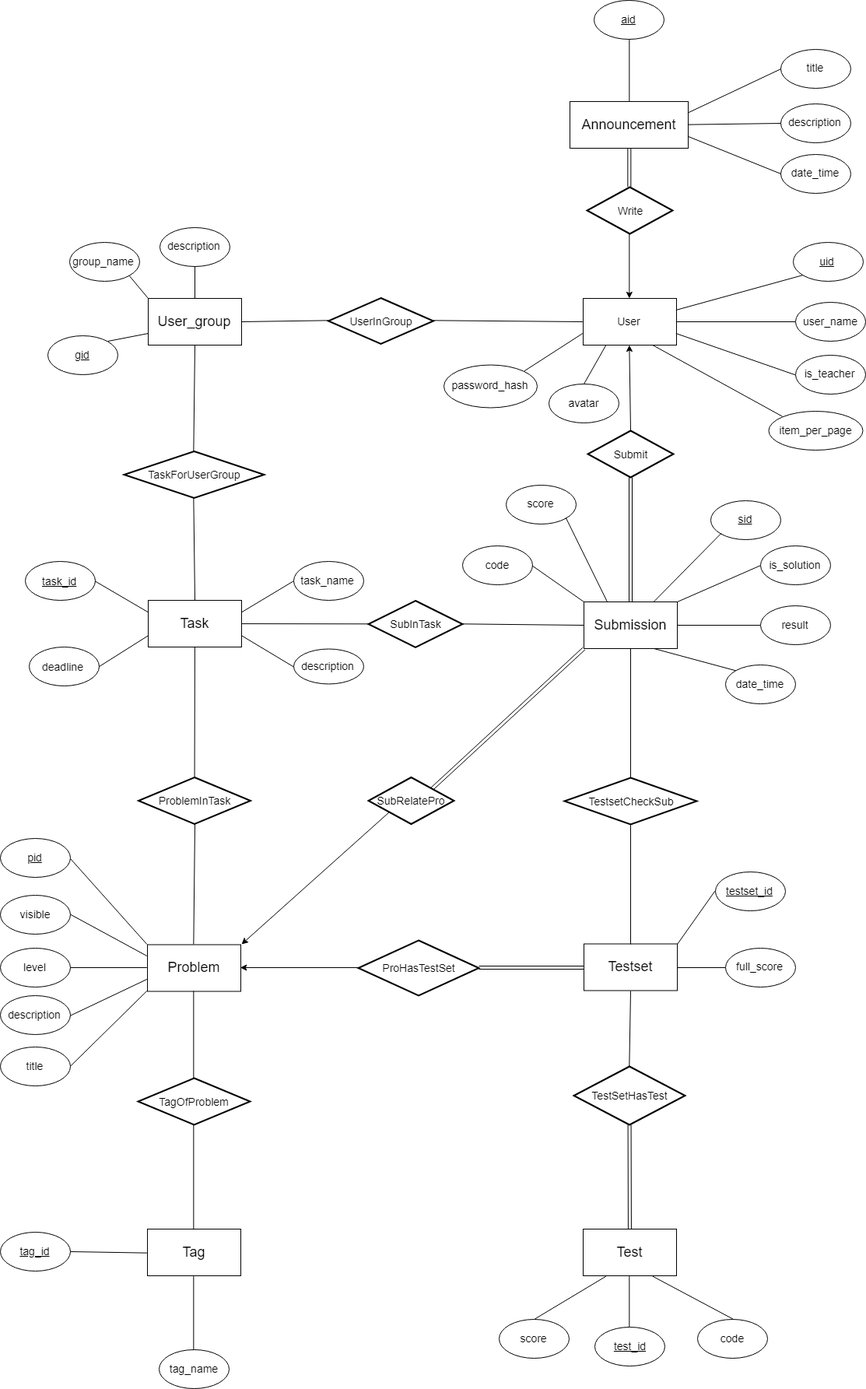
Earlier version of the draw.io export ER.png (CharmingCharm/SDWIIGP). Source tidied: cells renumbered, new cells last; positions are measured from the earlier drawing's top-left corner, leaving out a move shared by most shapes.
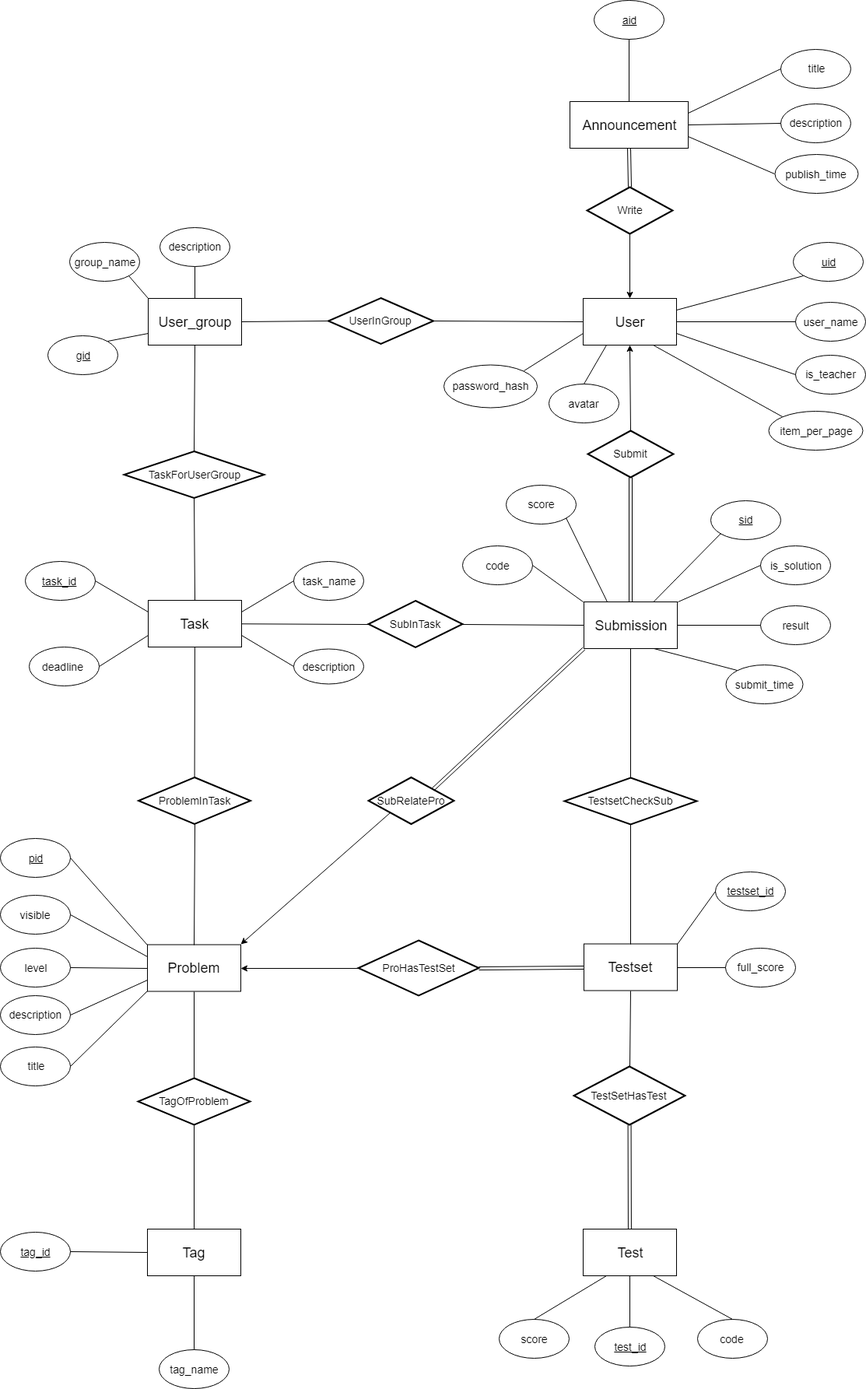
The same diagram one commit later.

What changed in the source:
```diff
@@ -23,7 +23,7 @@
     <mxCell id="8" value="Testset" style="rounded=0;whiteSpace=wrap;html=1;fontSize=18;" parent="1" vertex="1">
       <mxGeometry x="750" y="1212.5" width="120" height="60" as="geometry" />
     </mxCell>
-    <mxCell id="9" value="User" style="rounded=0;whiteSpace=wrap;html=1;fontSize=14;" parent="1" vertex="1">
+    <mxCell id="9" value="&lt;font style=&quot;font-size: 18px&quot;&gt;User&lt;/font&gt;" style="rounded=0;whiteSpace=wrap;html=1;fontSize=14;" parent="1" vertex="1">
       <mxGeometry x="749" y="383" width="120" height="60" as="geometry" />
     </mxCell>
     <mxCell id="10" value="&lt;font style=&quot;font-size: 18px&quot;&gt;Task&lt;/font&gt;" style="rounded=0;whiteSpace=wrap;html=1;fontSize=14;" parent="1" vertex="1">
@@ -206,8 +206,8 @@
     <mxCell id="69" value="description" style="ellipse;whiteSpace=wrap;html=1;fontSize=14;" parent="1" vertex="1">
       <mxGeometry x="1003" y="132.5" width="90" height="50" as="geometry" />
     </mxCell>
-    <mxCell id="70" value="date_time" style="ellipse;whiteSpace=wrap;html=1;fontSize=14;" parent="1" vertex="1">
-      <mxGeometry x="1003" y="197.5" width="90" height="50" as="geometry" />
+    <mxCell id="70" value="publish_time" style="ellipse;whiteSpace=wrap;html=1;fontSize=14;" parent="1" vertex="1">
+      <mxGeometry x="995" y="198" width="107" height="50" as="geometry" />
     </mxCell>
     <mxCell id="71" style="endArrow=none;html=1;exitX=1;exitY=0.25;exitDx=0;exitDy=0;entryX=0;entryY=0.5;entryDx=0;entryDy=0;fontSize=14;" parent="1" edge="1" source="2" target="68">
       <mxGeometry relative="1" as="geometry" />
@@ -254,8 +254,8 @@
     <mxCell id="85" value="&lt;span&gt;full_score&lt;/span&gt;" style="ellipse;whiteSpace=wrap;html=1;fontSize=14;" parent="1" vertex="1">
       <mxGeometry x="931.5" y="1217.5" width="90" height="50" as="geometry" />
     </mxCell>
-    <mxCell id="86" value="&lt;span&gt;date_time&lt;/span&gt;" style="ellipse;whiteSpace=wrap;html=1;fontSize=14;" parent="1" vertex="1">
-      <mxGeometry x="931.5" y="854" width="90" height="50" as="geometry" />
+    <mxCell id="86" value="&lt;span&gt;submit_time&lt;/span&gt;" style="ellipse;whiteSpace=wrap;html=1;fontSize=14;" parent="1" vertex="1">
+      <mxGeometry x="932" y="854" width="99" height="50" as="geometry" />
     </mxCell>
     <mxCell id="87" value="result&lt;br&gt;" style="ellipse;whiteSpace=wrap;html=1;fontSize=14;" parent="1" vertex="1">
       <mxGeometry x="976.5" y="778" width="90" height="50" as="geometry" />
```
